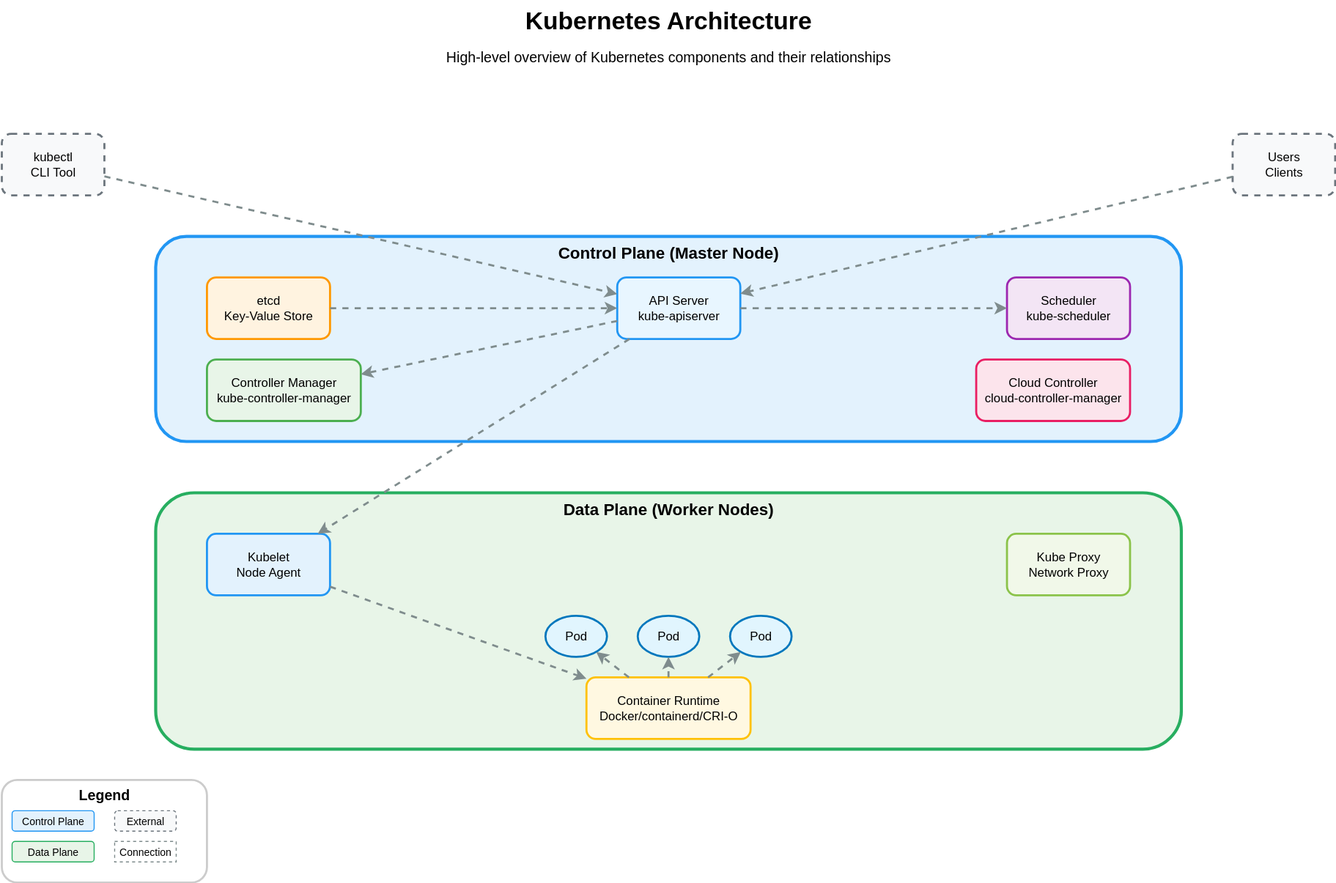
razkevich/system_design_course keeps this draw.io diagram as 1.4_distributed_systems/k8s-architecture.drawio.svg. Above is the earlier version. Source tidied: cells renumbered, new cells last; positions are measured from the earlier drawing's top-left corner, leaving out a move shared by most shapes. Its diagram source:
```xml
<mxGraphModel>
  <root>
    <mxCell id="0" />
    <mxCell id="1" parent="0" />
    <mxCell id="2" value="Kubernetes Architecture" style="text;html=1;strokeColor=none;fillColor=none;align=center;verticalAlign=middle;whiteSpace=wrap;rounded=0;fontSize=24;fontStyle=1;" parent="1" vertex="1">
      <mxGeometry x="450" width="400" height="40" as="geometry" />
    </mxCell>
    <mxCell id="3" value="High-level overview of Kubernetes components and their relationships" style="text;html=1;strokeColor=none;fillColor=none;align=center;verticalAlign=middle;whiteSpace=wrap;rounded=0;fontSize=14;" parent="1" vertex="1">
      <mxGeometry x="350" y="40" width="600" height="30" as="geometry" />
    </mxCell>
    <mxCell id="4" value="kubectl&#10;CLI Tool" style="rounded=1;whiteSpace=wrap;html=1;fillColor=#f8f9fa;strokeColor=#6c757d;strokeWidth=2;dashed=1;" parent="1" vertex="1">
      <mxGeometry y="130" width="100" height="60" as="geometry" />
    </mxCell>
    <mxCell id="5" value="Users&#10;Clients" style="rounded=1;whiteSpace=wrap;html=1;fillColor=#f8f9fa;strokeColor=#6c757d;strokeWidth=2;dashed=1;" parent="1" vertex="1">
      <mxGeometry x="1200" y="130" width="100" height="60" as="geometry" />
    </mxCell>
    <mxCell id="6" value="Control Plane (Master Node)" style="rounded=1;whiteSpace=wrap;html=1;fillColor=#e3f2fd;strokeColor=#2196f3;strokeWidth=3;fontSize=16;fontStyle=1;verticalAlign=top;" parent="1" vertex="1">
      <mxGeometry x="150" y="230" width="1000" height="200" as="geometry" />
    </mxCell>
    <mxCell id="7" value="API Server&#10;kube-apiserver" style="rounded=1;whiteSpace=wrap;html=1;fillColor=#e8f6ff;strokeColor=#2196f3;strokeWidth=2;" parent="1" vertex="1">
      <mxGeometry x="600" y="270" width="120" height="60" as="geometry" />
    </mxCell>
    <mxCell id="8" value="etcd&#10;Key-Value Store" style="rounded=1;whiteSpace=wrap;html=1;fillColor=#fff3e0;strokeColor=#ff9800;strokeWidth=2;" parent="1" vertex="1">
      <mxGeometry x="200" y="270" width="120" height="60" as="geometry" />
    </mxCell>
    <mxCell id="9" value="Scheduler&#10;kube-scheduler" style="rounded=1;whiteSpace=wrap;html=1;fillColor=#f3e5f5;strokeColor=#9c27b0;strokeWidth=2;" parent="1" vertex="1">
      <mxGeometry x="980" y="270" width="120" height="60" as="geometry" />
    </mxCell>
    <mxCell id="10" value="Controller Manager&#10;kube-controller-manager" style="rounded=1;whiteSpace=wrap;html=1;fillColor=#e8f5e8;strokeColor=#4caf50;strokeWidth=2;" parent="1" vertex="1">
      <mxGeometry x="200" y="350" width="150" height="60" as="geometry" />
    </mxCell>
    <mxCell id="11" value="Cloud Controller&#10;cloud-controller-manager" style="rounded=1;whiteSpace=wrap;html=1;fillColor=#fce4ec;strokeColor=#e91e63;strokeWidth=2;" parent="1" vertex="1">
      <mxGeometry x="950" y="350" width="150" height="60" as="geometry" />
    </mxCell>
    <mxCell id="12" value="Data Plane (Worker Nodes)" style="rounded=1;whiteSpace=wrap;html=1;fillColor=#e8f5e8;strokeColor=#27ae60;strokeWidth=3;fontSize=16;fontStyle=1;verticalAlign=top;" parent="1" vertex="1">
      <mxGeometry x="150" y="480" width="1000" height="250" as="geometry" />
    </mxCell>
    <mxCell id="13" value="Kubelet&#10;Node Agent" style="rounded=1;whiteSpace=wrap;html=1;fillColor=#e3f2fd;strokeColor=#2196f3;strokeWidth=2;" parent="1" vertex="1">
      <mxGeometry x="200" y="520" width="120" height="60" as="geometry" />
    </mxCell>
    <mxCell id="14" value="Kube Proxy&#10;Network Proxy" style="rounded=1;whiteSpace=wrap;html=1;fillColor=#f1f8e9;strokeColor=#8bc34a;strokeWidth=2;" parent="1" vertex="1">
      <mxGeometry x="980" y="520" width="120" height="60" as="geometry" />
    </mxCell>
    <mxCell id="15" value="Container Runtime&#10;Docker/containerd/CRI-O" style="rounded=1;whiteSpace=wrap;html=1;fillColor=#fff8e1;strokeColor=#ffc107;strokeWidth=2;" parent="1" vertex="1">
      <mxGeometry x="570" y="660" width="160" height="60" as="geometry" />
    </mxCell>
    <mxCell id="16" value="Pod" style="ellipse;whiteSpace=wrap;html=1;fillColor=#e1f5fe;strokeColor=#0277bd;strokeWidth=2;" parent="1" vertex="1">
      <mxGeometry x="530" y="600" width="60" height="40" as="geometry" />
    </mxCell>
    <mxCell id="17" value="Pod" style="ellipse;whiteSpace=wrap;html=1;fillColor=#e1f5fe;strokeColor=#0277bd;strokeWidth=2;" parent="1" vertex="1">
      <mxGeometry x="620" y="600" width="60" height="40" as="geometry" />
    </mxCell>
    <mxCell id="18" value="Pod" style="ellipse;whiteSpace=wrap;html=1;fillColor=#e1f5fe;strokeColor=#0277bd;strokeWidth=2;" parent="1" vertex="1">
      <mxGeometry x="710" y="600" width="60" height="40" as="geometry" />
    </mxCell>
    <mxCell id="19" style="endArrow=classic;html=1;rounded=0;strokeColor=#7f8c8d;strokeWidth=2;dashed=1;" parent="1" edge="1" source="4" target="7">
      <mxGeometry relative="1" as="geometry" />
    </mxCell>
    <mxCell id="20" style="endArrow=classic;html=1;rounded=0;strokeColor=#7f8c8d;strokeWidth=2;dashed=1;" parent="1" edge="1" source="5" target="7">
      <mxGeometry relative="1" as="geometry" />
    </mxCell>
    <mxCell id="21" style="endArrow=classic;html=1;rounded=0;strokeColor=#7f8c8d;strokeWidth=2;dashed=1;" parent="1" edge="1" source="8" target="7">
      <mxGeometry relative="1" as="geometry" />
    </mxCell>
    <mxCell id="22" style="endArrow=classic;html=1;rounded=0;strokeColor=#7f8c8d;strokeWidth=2;dashed=1;" parent="1" edge="1" source="7" target="9">
      <mxGeometry relative="1" as="geometry" />
    </mxCell>
    <mxCell id="23" style="endArrow=classic;html=1;rounded=0;strokeColor=#7f8c8d;strokeWidth=2;dashed=1;" parent="1" edge="1" source="7" target="10">
      <mxGeometry relative="1" as="geometry" />
    </mxCell>
    <mxCell id="24" style="endArrow=classic;html=1;rounded=0;strokeColor=#7f8c8d;strokeWidth=2;dashed=1;" parent="1" edge="1" source="7" target="13">
      <mxGeometry relative="1" as="geometry" />
    </mxCell>
    <mxCell id="25" style="endArrow=classic;html=1;rounded=0;strokeColor=#7f8c8d;strokeWidth=2;dashed=1;" parent="1" edge="1" source="13" target="15">
      <mxGeometry relative="1" as="geometry" />
    </mxCell>
    <mxCell id="26" style="endArrow=classic;html=1;rounded=0;strokeColor=#7f8c8d;strokeWidth=2;dashed=1;" parent="1" edge="1" source="15" target="16">
      <mxGeometry relative="1" as="geometry" />
    </mxCell>
    <mxCell id="27" style="endArrow=classic;html=1;rounded=0;strokeColor=#7f8c8d;strokeWidth=2;dashed=1;" parent="1" edge="1" source="15" target="17">
      <mxGeometry relative="1" as="geometry" />
    </mxCell>
    <mxCell id="28" style="endArrow=classic;html=1;rounded=0;strokeColor=#7f8c8d;strokeWidth=2;dashed=1;" parent="1" edge="1" source="15" target="18">
      <mxGeometry relative="1" as="geometry" />
    </mxCell>
    <mxCell id="29" value="Legend" style="rounded=1;whiteSpace=wrap;html=1;fillColor=#ffffff;strokeColor=#cccccc;strokeWidth=2;fontSize=14;fontStyle=1;verticalAlign=top;" parent="1" vertex="1">
      <mxGeometry y="760" width="200" height="100" as="geometry" />
    </mxCell>
    <mxCell id="30" value="Control Plane" style="rounded=1;whiteSpace=wrap;html=1;fillColor=#e3f2fd;strokeColor=#2196f3;strokeWidth=1;fontSize=10;" parent="1" vertex="1">
      <mxGeometry x="10" y="790" width="80" height="20" as="geometry" />
    </mxCell>
    <mxCell id="31" value="Data Plane" style="rounded=1;whiteSpace=wrap;html=1;fillColor=#e8f5e8;strokeColor=#27ae60;strokeWidth=1;fontSize=10;" parent="1" vertex="1">
      <mxGeometry x="10" y="820" width="80" height="20" as="geometry" />
    </mxCell>
    <mxCell id="32" value="External" style="rounded=1;whiteSpace=wrap;html=1;fillColor=#f8f9fa;strokeColor=#6c757d;strokeWidth=1;dashed=1;fontSize=10;" parent="1" vertex="1">
      <mxGeometry x="110" y="790" width="60" height="20" as="geometry" />
    </mxCell>
    <mxCell id="33" value="Connection" style="text;html=1;strokeColor=#7f8c8d;fillColor=none;align=center;verticalAlign=middle;whiteSpace=wrap;rounded=0;fontSize=10;dashed=1;" parent="1" vertex="1">
      <mxGeometry x="110" y="820" width="60" height="20" as="geometry" />
    </mxCell>
  </root>
</mxGraphModel>
```
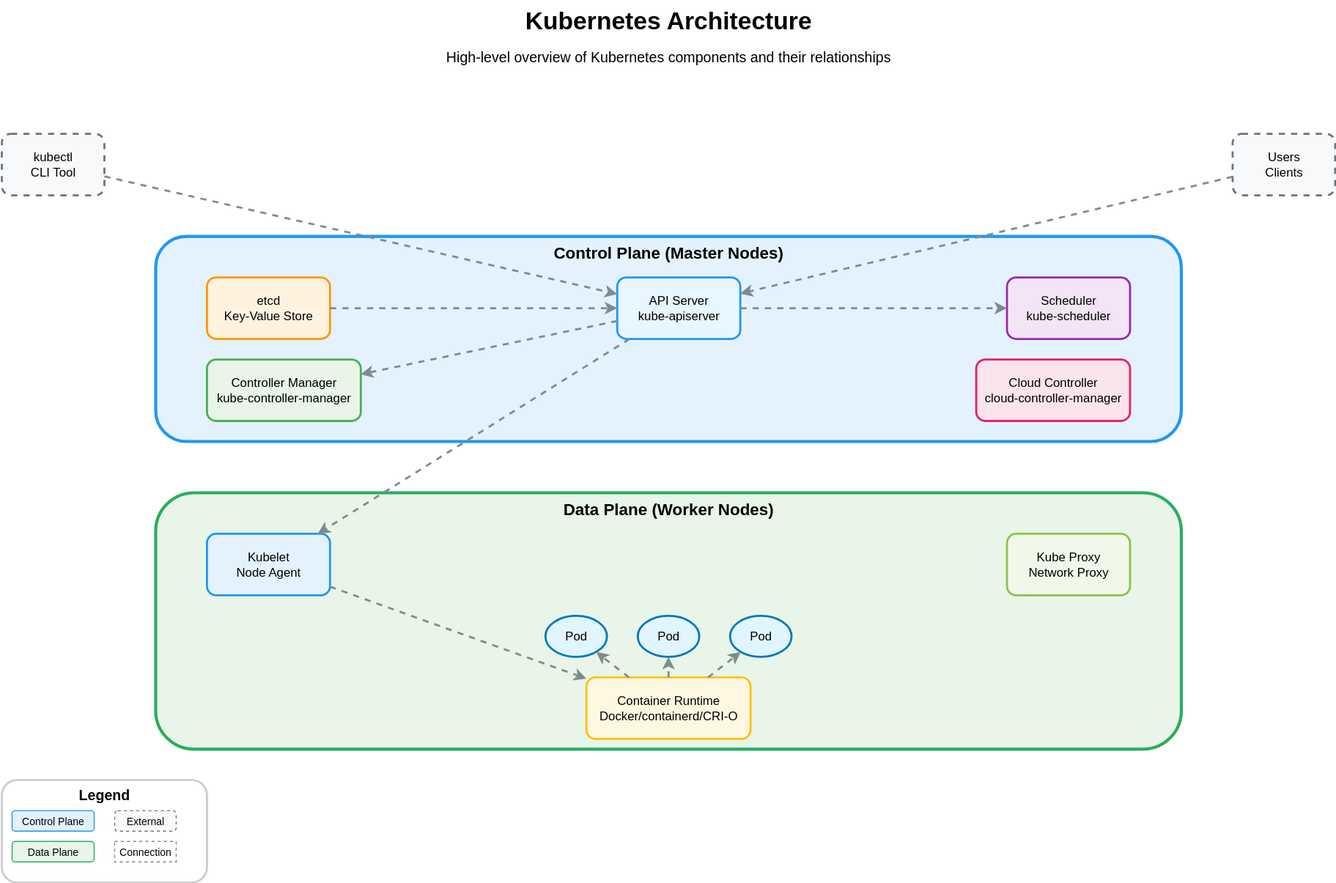
Later version of the same file.

Commit message:
exactly once

What changed in the source:
```diff
@@ -14,7 +14,7 @@
     <mxCell id="5" value="Users&#10;Clients" style="rounded=1;whiteSpace=wrap;html=1;fillColor=#f8f9fa;strokeColor=#6c757d;strokeWidth=2;dashed=1;" parent="1" vertex="1">
       <mxGeometry x="1200" y="130" width="100" height="60" as="geometry" />
     </mxCell>
-    <mxCell id="6" value="Control Plane (Master Node)" style="rounded=1;whiteSpace=wrap;html=1;fillColor=#e3f2fd;strokeColor=#2196f3;strokeWidth=3;fontSize=16;fontStyle=1;verticalAlign=top;" parent="1" vertex="1">
+    <mxCell id="6" value="Control Plane (Master Nodes)" style="rounded=1;whiteSpace=wrap;html=1;fillColor=#e3f2fd;strokeColor=#2196f3;strokeWidth=3;fontSize=16;fontStyle=1;verticalAlign=top;" parent="1" vertex="1">
       <mxGeometry x="150" y="230" width="1000" height="200" as="geometry" />
     </mxCell>
     <mxCell id="7" value="API Server&#10;kube-apiserver" style="rounded=1;whiteSpace=wrap;html=1;fillColor=#e8f6ff;strokeColor=#2196f3;strokeWidth=2;" parent="1" vertex="1">
```
